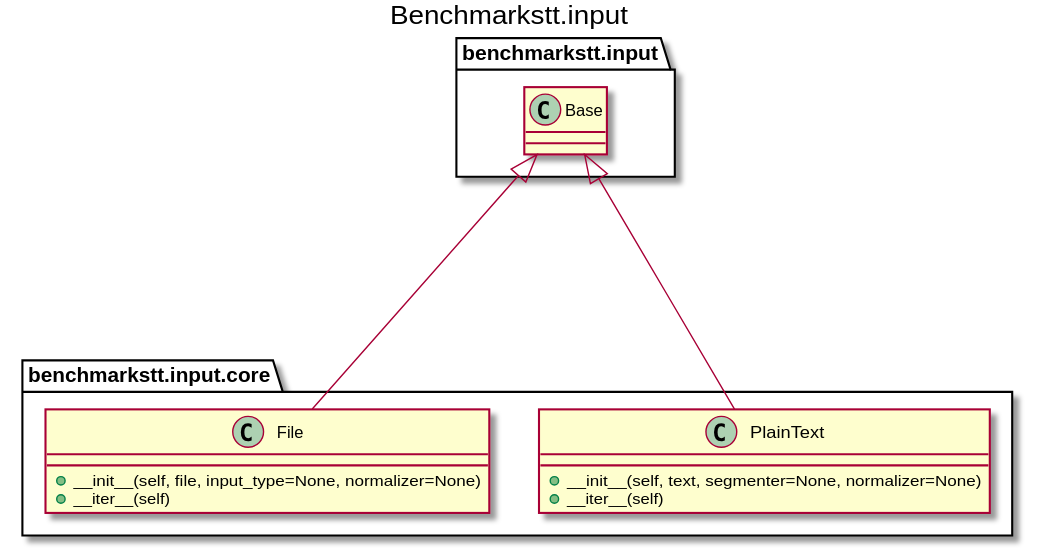
This is docs/_static/uml/benchmarkstt.input.svg from ebu/benchmarkstt, a PlantUML export, as it was before one commit.
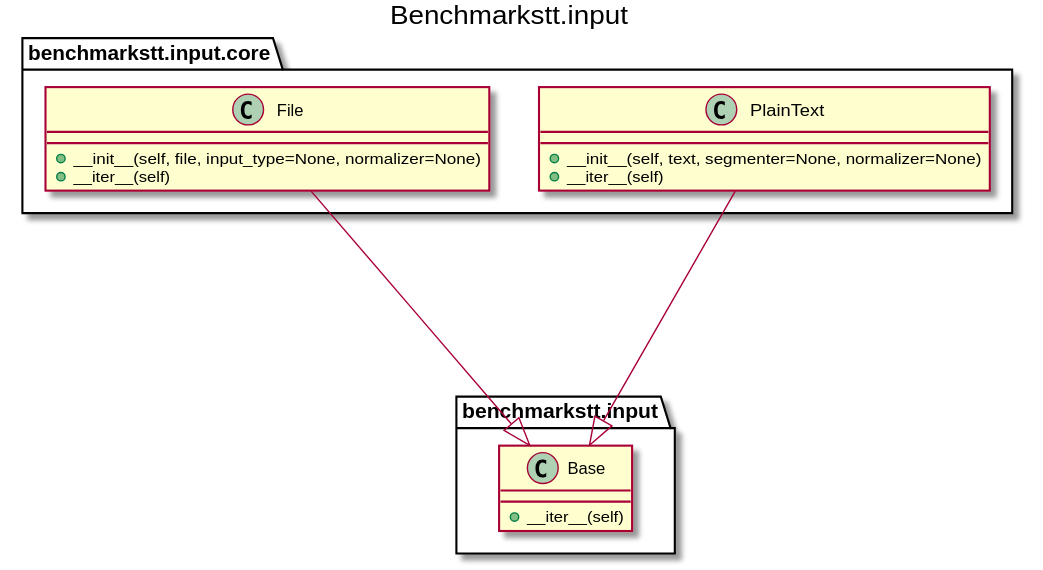
The same diagram one commit later.

The edit, as a diff of the source:
```diff
@@ -1,14 +1,21 @@
 @startuml
 title Benchmarkstt.input
-		class benchmarkstt.input.core.File [[https://benchmarkstt.readthedocs.io/en/latest/modules/benchmarkstt.input.core.html#benchmarkstt.input.core.File]] {
-			+__init__(self, file, input_type=None, normalizer=None)
-			+__iter__(self)
-		}
-		class benchmarkstt.input.core.PlainText [[https://benchmarkstt.readthedocs.io/en/latest/modules/benchmarkstt.input.core.html#benchmarkstt.input.core.PlainText]] {
-			+__init__(self, text, segmenter=None, normalizer=None)
-			+__iter__(self)
-		}
 
-benchmarkstt.input.core.File --up--|> benchmarkstt.input.Base
-benchmarkstt.input.core.PlainText --up--|> benchmarkstt.input.Base
+
+class benchmarkstt.input.Base [[https://benchmarkstt.readthedocs.io/en/latest/modules/benchmarkstt.input.html#benchmarkstt.input.Base]] {
+	+__iter__(self)
+}
+
+class benchmarkstt.input.core.File [[https://benchmarkstt.readthedocs.io/en/latest/modules/benchmarkstt.input.core.html#benchmarkstt.input.core.File]] {
+	+__init__(self, file, input_type=None, normalizer=None)
+	+__iter__(self)
+}
+
+class benchmarkstt.input.core.PlainText [[https://benchmarkstt.readthedocs.io/en/latest/modules/benchmarkstt.input.core.html#benchmarkstt.input.core.PlainText]] {
+	+__init__(self, text, segmenter=None, normalizer=None)
+	+__iter__(self)
+}
+
+benchmarkstt.input.core.File ----|> benchmarkstt.input.Base
+benchmarkstt.input.core.PlainText ----|> benchmarkstt.input.Base
 @enduml
```
